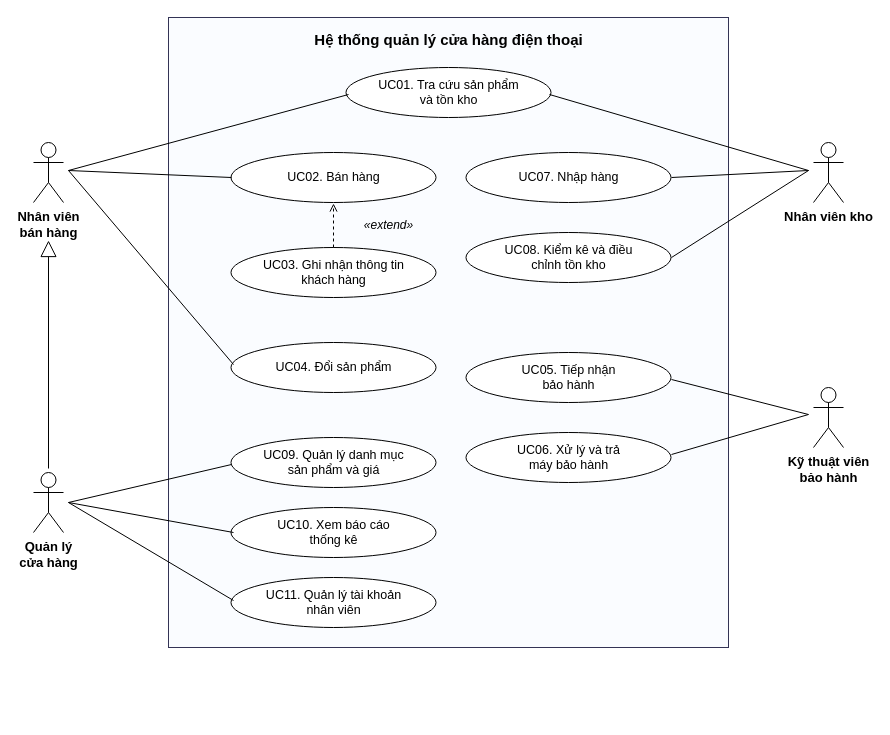
trungkien1407/OOP keeps this draw.io diagram as SoDo/01_UseCase.drawio. Above is the earlier version. Source tidied: cells renumbered, new cells numbered last; positions are measured from the earlier drawing's top-left corner, leaving out a move shared by most shapes. Both pictures are drawn from the tidied source at 100%, with x=0, y=0 at pixel (33, 17).
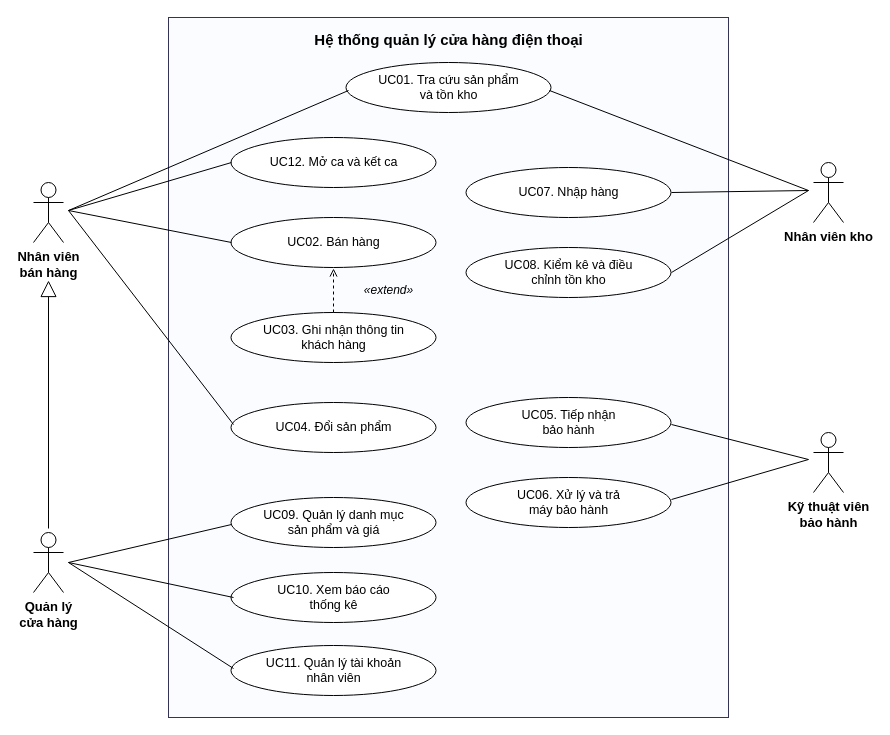
Above is the later version.

The edit, as a diff of the source:
```diff
@@
     <mxCell id="2" style="rounded=0;whiteSpace=wrap;html=1;fillColor=#FAFCFF;strokeColor=#335;fontSize=13;" parent="1" vertex="1">
-      <mxGeometry x="135" width="560" height="630" as="geometry" />
+      <mxGeometry x="135" width="560" height="700" as="geometry" />
     </mxCell>
@@
     <mxCell id="4" value="UC01. Tra cứu sản phẩm&lt;br&gt;và tồn kho" style="ellipse;whiteSpace=wrap;html=1;fillColor=#FFFFFF;fontSize=12.5;" parent="1" vertex="1">
-      <mxGeometry x="312.5" y="50" width="205" height="50" as="geometry" />
+      <mxGeometry x="312.5" y="45" width="205" height="50" as="geometry" />
     </mxCell>
-    <mxCell id="5" value="UC02. Bán hàng" style="ellipse;whiteSpace=wrap;html=1;fillColor=#FFFFFF;fontSize=12.5;" parent="1" vertex="1">
-      <mxGeometry x="197.5" y="135" width="205" height="50" as="geometry" />
+    <mxCell id="5" value="UC12. Mở ca và kết ca" style="ellipse;whiteSpace=wrap;html=1;fillColor=#FFFFFF;fontSize=12.5;" parent="1" vertex="1">
+      <mxGeometry x="197.5" y="120" width="205" height="50" as="geometry" />
     </mxCell>
-    <mxCell id="6" value="UC03. Ghi nhận thông tin&lt;br&gt;khách hàng" style="ellipse;whiteSpace=wrap;html=1;fillColor=#FFFFFF;fontSize=12.5;" parent="1" vertex="1">
-      <mxGeometry x="197.5" y="230" width="205" height="50" as="geometry" />
+    <mxCell id="6" value="UC02. Bán hàng" style="ellipse;whiteSpace=wrap;html=1;fillColor=#FFFFFF;fontSize=12.5;" parent="1" vertex="1">
+      <mxGeometry x="197.5" y="200" width="205" height="50" as="geometry" />
     </mxCell>
-    <mxCell id="7" value="UC04. Đổi sản phẩm" style="ellipse;whiteSpace=wrap;html=1;fillColor=#FFFFFF;fontSize=12.5;" parent="1" vertex="1">
-      <mxGeometry x="197.5" y="325" width="205" height="50" as="geometry" />
+    <mxCell id="7" value="UC03. Ghi nhận thông tin&lt;br&gt;khách hàng" style="ellipse;whiteSpace=wrap;html=1;fillColor=#FFFFFF;fontSize=12.5;" parent="1" vertex="1">
+      <mxGeometry x="197.5" y="295" width="205" height="50" as="geometry" />
     </mxCell>
-    <mxCell id="8" value="UC09. Quản lý danh mục&lt;br&gt;sản phẩm và giá" style="ellipse;whiteSpace=wrap;html=1;fillColor=#FFFFFF;fontSize=12.5;" parent="1" vertex="1">
-      <mxGeometry x="197.5" y="420" width="205" height="50" as="geometry" />
+    <mxCell id="8" value="UC04. Đổi sản phẩm" style="ellipse;whiteSpace=wrap;html=1;fillColor=#FFFFFF;fontSize=12.5;" parent="1" vertex="1">
+      <mxGeometry x="197.5" y="385" width="205" height="50" as="geometry" />
     </mxCell>
-    <mxCell id="9" value="UC10. Xem báo cáo&lt;br&gt;thống kê" style="ellipse;whiteSpace=wrap;html=1;fillColor=#FFFFFF;fontSize=12.5;" parent="1" vertex="1">
-      <mxGeometry x="197.5" y="490" width="205" height="50" as="geometry" />
+    <mxCell id="9" value="UC09. Quản lý danh mục&lt;br&gt;sản phẩm và giá" style="ellipse;whiteSpace=wrap;html=1;fillColor=#FFFFFF;fontSize=12.5;" parent="1" vertex="1">
+      <mxGeometry x="197.5" y="480" width="205" height="50" as="geometry" />
     </mxCell>
-    <mxCell id="10" value="UC11. Quản lý tài khoản&lt;br&gt;nhân viên" style="ellipse;whiteSpace=wrap;html=1;fillColor=#FFFFFF;fontSize=12.5;" parent="1" vertex="1">
-      <mxGeometry x="197.5" y="560" width="205" height="50" as="geometry" />
+    <mxCell id="10" value="UC10. Xem báo cáo&lt;br&gt;thống kê" style="ellipse;whiteSpace=wrap;html=1;fillColor=#FFFFFF;fontSize=12.5;" parent="1" vertex="1">
+      <mxGeometry x="197.5" y="555" width="205" height="50" as="geometry" />
     </mxCell>
-    <mxCell id="11" value="UC07. Nhập hàng" style="ellipse;whiteSpace=wrap;html=1;fillColor=#FFFFFF;fontSize=12.5;" parent="1" vertex="1">
-      <mxGeometry x="432.5" y="135" width="205" height="50" as="geometry" />
+    <mxCell id="11" value="UC11. Quản lý tài khoản&lt;br&gt;nhân viên" style="ellipse;whiteSpace=wrap;html=1;fillColor=#FFFFFF;fontSize=12.5;" parent="1" vertex="1">
+      <mxGeometry x="197.5" y="628" width="205" height="50" as="geometry" />
     </mxCell>
-    <mxCell id="12" value="UC08. Kiểm kê và điều&lt;br&gt;chỉnh tồn kho" style="ellipse;whiteSpace=wrap;html=1;fillColor=#FFFFFF;fontSize=12.5;" parent="1" vertex="1">
-      <mxGeometry x="432.5" y="215" width="205" height="50" as="geometry" />
+    <mxCell id="12" value="UC07. Nhập hàng" style="ellipse;whiteSpace=wrap;html=1;fillColor=#FFFFFF;fontSize=12.5;" parent="1" vertex="1">
+      <mxGeometry x="432.5" y="150" width="205" height="50" as="geometry" />
     </mxCell>
-    <mxCell id="13" value="UC05. Tiếp nhận&lt;br&gt;bảo hành" style="ellipse;whiteSpace=wrap;html=1;fillColor=#FFFFFF;fontSize=12.5;" parent="1" vertex="1">
-      <mxGeometry x="432.5" y="335" width="205" height="50" as="geometry" />
+    <mxCell id="13" value="UC08. Kiểm kê và điều&lt;br&gt;chỉnh tồn kho" style="ellipse;whiteSpace=wrap;html=1;fillColor=#FFFFFF;fontSize=12.5;" parent="1" vertex="1">
+      <mxGeometry x="432.5" y="230" width="205" height="50" as="geometry" />
     </mxCell>
-    <mxCell id="14" value="UC06. Xử lý và trả&lt;br&gt;máy bảo hành" style="ellipse;whiteSpace=wrap;html=1;fillColor=#FFFFFF;fontSize=12.5;" parent="1" vertex="1">
-      <mxGeometry x="432.5" y="415" width="205" height="50" as="geometry" />
+    <mxCell id="14" value="UC05. Tiếp nhận&lt;br&gt;bảo hành" style="ellipse;whiteSpace=wrap;html=1;fillColor=#FFFFFF;fontSize=12.5;" parent="1" vertex="1">
+      <mxGeometry x="432.5" y="380" width="205" height="50" as="geometry" />
     </mxCell>
-    <mxCell id="15" value="Nhân viên&lt;br&gt;bán hàng" style="shape=umlActor;verticalLabelPosition=bottom;verticalAlign=top;html=1;fontStyle=1;fontSize=13;" parent="1" vertex="1">
-      <mxGeometry y="125" width="30" height="60" as="geometry" />
+    <mxCell id="15" value="UC06. Xử lý và trả&lt;br&gt;máy bảo hành" style="ellipse;whiteSpace=wrap;html=1;fillColor=#FFFFFF;fontSize=12.5;" parent="1" vertex="1">
+      <mxGeometry x="432.5" y="460" width="205" height="50" as="geometry" />
     </mxCell>
-    <mxCell id="16" value="Quản lý&lt;br&gt;cửa hàng" style="shape=umlActor;verticalLabelPosition=bottom;verticalAlign=top;html=1;fontStyle=1;fontSize=13;" parent="1" vertex="1">
-      <mxGeometry y="455" width="30" height="60" as="geometry" />
+    <mxCell id="16" value="Nhân viên&lt;br&gt;bán hàng" style="shape=umlActor;verticalLabelPosition=bottom;verticalAlign=top;html=1;fontStyle=1;fontSize=13;" parent="1" vertex="1">
+      <mxGeometry y="165" width="30" height="60" as="geometry" />
     </mxCell>
-    <mxCell id="17" value="Nhân viên kho" style="shape=umlActor;verticalLabelPosition=bottom;verticalAlign=top;html=1;fontStyle=1;fontSize=13;" parent="1" vertex="1">
-      <mxGeometry x="780" y="125" width="30" height="60" as="geometry" />
+    <mxCell id="17" value="Quản lý&lt;br&gt;cửa hàng" style="shape=umlActor;verticalLabelPosition=bottom;verticalAlign=top;html=1;fontStyle=1;fontSize=13;" parent="1" vertex="1">
+      <mxGeometry y="515" width="30" height="60" as="geometry" />
     </mxCell>
-    <mxCell id="18" value="Kỹ thuật viên&lt;br&gt;bảo hành" style="shape=umlActor;verticalLabelPosition=bottom;verticalAlign=top;html=1;fontStyle=1;fontSize=13;" parent="1" vertex="1">
-      <mxGeometry x="780" y="370" width="30" height="60" as="geometry" />
+    <mxCell id="18" value="Nhân viên kho" style="shape=umlActor;verticalLabelPosition=bottom;verticalAlign=top;html=1;fontStyle=1;fontSize=13;" parent="1" vertex="1">
+      <mxGeometry x="780" y="145" width="30" height="60" as="geometry" />
     </mxCell>
-    <mxCell id="19" style="html=1;rounded=0;endArrow=block;endFill=0;endSize=14;startArrow=none;" parent="1" edge="1">
-      <mxGeometry relative="1" as="geometry">
-        <mxPoint x="15" y="451" as="sourcePoint" />
-        <mxPoint x="15" y="223" as="targetPoint" />
-      </mxGeometry>
+    <mxCell id="19" value="Kỹ thuật viên&lt;br&gt;bảo hành" style="shape=umlActor;verticalLabelPosition=bottom;verticalAlign=top;html=1;fontStyle=1;fontSize=13;" parent="1" vertex="1">
+      <mxGeometry x="780" y="415" width="30" height="60" as="geometry" />
     </mxCell>
-    <mxCell id="20" style="html=1;rounded=0;endArrow=none;startArrow=none;" parent="1" edge="1">
+    <mxCell id="20" style="html=1;rounded=0;endArrow=block;endFill=0;endSize=14;startArrow=none;" parent="1" edge="1">
       <mxGeometry relative="1" as="geometry">
-        <mxPoint x="35" y="153" as="sourcePoint" />
-        <mxPoint x="315" y="77" as="targetPoint" />
+        <mxPoint x="15" y="511" as="sourcePoint" />
+        <mxPoint x="15" y="263" as="targetPoint" />
       </mxGeometry>
     </mxCell>
     <mxCell id="21" style="html=1;rounded=0;endArrow=none;startArrow=none;" parent="1" edge="1">
       <mxGeometry relative="1" as="geometry">
-        <mxPoint x="35" y="153" as="sourcePoint" />
-        <mxPoint x="198" y="160" as="targetPoint" />
+        <mxPoint x="35" y="193" as="sourcePoint" />
+        <mxPoint x="315" y="73" as="targetPoint" />
       </mxGeometry>
     </mxCell>
     <mxCell id="22" style="html=1;rounded=0;endArrow=none;startArrow=none;" parent="1" edge="1">
       <mxGeometry relative="1" as="geometry">
-        <mxPoint x="35" y="153" as="sourcePoint" />
-        <mxPoint x="200" y="347" as="targetPoint" />
+        <mxPoint x="35" y="193" as="sourcePoint" />
+        <mxPoint x="198" y="145" as="targetPoint" />
       </mxGeometry>
     </mxCell>
     <mxCell id="23" style="html=1;rounded=0;endArrow=none;startArrow=none;" parent="1" edge="1">
       <mxGeometry relative="1" as="geometry">
-        <mxPoint x="35" y="485" as="sourcePoint" />
-        <mxPoint x="198" y="447" as="targetPoint" />
+        <mxPoint x="35" y="193" as="sourcePoint" />
+        <mxPoint x="198" y="225" as="targetPoint" />
       </mxGeometry>
     </mxCell>
     <mxCell id="24" style="html=1;rounded=0;endArrow=none;startArrow=none;" parent="1" edge="1">
       <mxGeometry relative="1" as="geometry">
-        <mxPoint x="35" y="485" as="sourcePoint" />
-        <mxPoint x="200" y="515" as="targetPoint" />
+        <mxPoint x="35" y="193" as="sourcePoint" />
+        <mxPoint x="200" y="407" as="targetPoint" />
       </mxGeometry>
     </mxCell>
     <mxCell id="25" style="html=1;rounded=0;endArrow=none;startArrow=none;" parent="1" edge="1">
       <mxGeometry relative="1" as="geometry">
-        <mxPoint x="35" y="485" as="sourcePoint" />
-        <mxPoint x="200" y="583" as="targetPoint" />
+        <mxPoint x="35" y="545" as="sourcePoint" />
+        <mxPoint x="198" y="507" as="targetPoint" />
       </mxGeometry>
     </mxCell>
     <mxCell id="26" style="html=1;rounded=0;endArrow=none;startArrow=none;" parent="1" edge="1">
       <mxGeometry relative="1" as="geometry">
-        <mxPoint x="775" y="153" as="sourcePoint" />
-        <mxPoint x="516" y="77" as="targetPoint" />
+        <mxPoint x="35" y="545" as="sourcePoint" />
+        <mxPoint x="200" y="580" as="targetPoint" />
       </mxGeometry>
     </mxCell>
     <mxCell id="27" style="html=1;rounded=0;endArrow=none;startArrow=none;" parent="1" edge="1">
       <mxGeometry relative="1" as="geometry">
-        <mxPoint x="775" y="153" as="sourcePoint" />
-        <mxPoint x="638" y="160" as="targetPoint" />
+        <mxPoint x="35" y="545" as="sourcePoint" />
+        <mxPoint x="200" y="651" as="targetPoint" />
       </mxGeometry>
     </mxCell>
     <mxCell id="28" style="html=1;rounded=0;endArrow=none;startArrow=none;" parent="1" edge="1">
       <mxGeometry relative="1" as="geometry">
-        <mxPoint x="775" y="153" as="sourcePoint" />
-        <mxPoint x="638" y="240" as="targetPoint" />
+        <mxPoint x="775" y="173" as="sourcePoint" />
+        <mxPoint x="516" y="73" as="targetPoint" />
       </mxGeometry>
     </mxCell>
     <mxCell id="29" style="html=1;rounded=0;endArrow=none;startArrow=none;" parent="1" edge="1">
       <mxGeometry relative="1" as="geometry">
-        <mxPoint x="775" y="397" as="sourcePoint" />
-        <mxPoint x="638" y="362" as="targetPoint" />
+        <mxPoint x="775" y="173" as="sourcePoint" />
+        <mxPoint x="638" y="175" as="targetPoint" />
       </mxGeometry>
     </mxCell>
     <mxCell id="30" style="html=1;rounded=0;endArrow=none;startArrow=none;" parent="1" edge="1">
       <mxGeometry relative="1" as="geometry">
-        <mxPoint x="775" y="397" as="sourcePoint" />
-        <mxPoint x="638" y="437" as="targetPoint" />
+        <mxPoint x="775" y="173" as="sourcePoint" />
+        <mxPoint x="638" y="255" as="targetPoint" />
       </mxGeometry>
     </mxCell>
-    <mxCell id="31" style="html=1;rounded=0;endArrow=open;endFill=0;startArrow=none;dashed=1;" parent="1" edge="1">
+    <mxCell id="31" style="html=1;rounded=0;endArrow=none;startArrow=none;" parent="1" edge="1">
       <mxGeometry relative="1" as="geometry">
-        <mxPoint x="300" y="230" as="sourcePoint" />
-        <mxPoint x="300" y="186" as="targetPoint" />
+        <mxPoint x="775" y="442" as="sourcePoint" />
+        <mxPoint x="638" y="407" as="targetPoint" />
       </mxGeometry>
     </mxCell>
-    <mxCell id="32" value="«extend»" style="text;html=1;align=center;verticalAlign=middle;fontSize=12;spacing=0;fontStyle=2;" parent="1" vertex="1">
-      <mxGeometry x="324.6" y="198.5" width="60.8" height="19" as="geometry" />
+    <mxCell id="32" style="html=1;rounded=0;endArrow=none;startArrow=none;" parent="1" edge="1">
+      <mxGeometry relative="1" as="geometry">
+        <mxPoint x="775" y="442" as="sourcePoint" />
+        <mxPoint x="638" y="482" as="targetPoint" />
+      </mxGeometry>
     </mxCell>
+    <mxCell id="33" style="html=1;rounded=0;endArrow=open;endFill=0;startArrow=none;dashed=1;" parent="1" edge="1">
+      <mxGeometry relative="1" as="geometry">
+        <mxPoint x="300" y="295" as="sourcePoint" />
+        <mxPoint x="300" y="251" as="targetPoint" />
+      </mxGeometry>
+    </mxCell>
+    <mxCell id="34" value="«extend»" style="text;html=1;align=center;verticalAlign=middle;fontSize=12;spacing=0;fontStyle=2;" parent="1" vertex="1">
+      <mxGeometry x="324.6" y="263.5" width="60.8" height="19" as="geometry" />
+    </mxCell>
```
